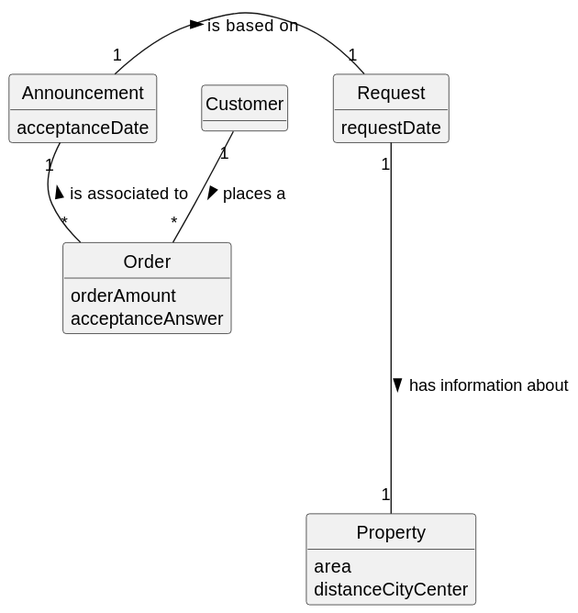
Above: docs/sprintC/us010/02.analysis/svg/us010-domain-model.svg in rita-barbosa/LAPR2-2223 (PlantUML), before the change.
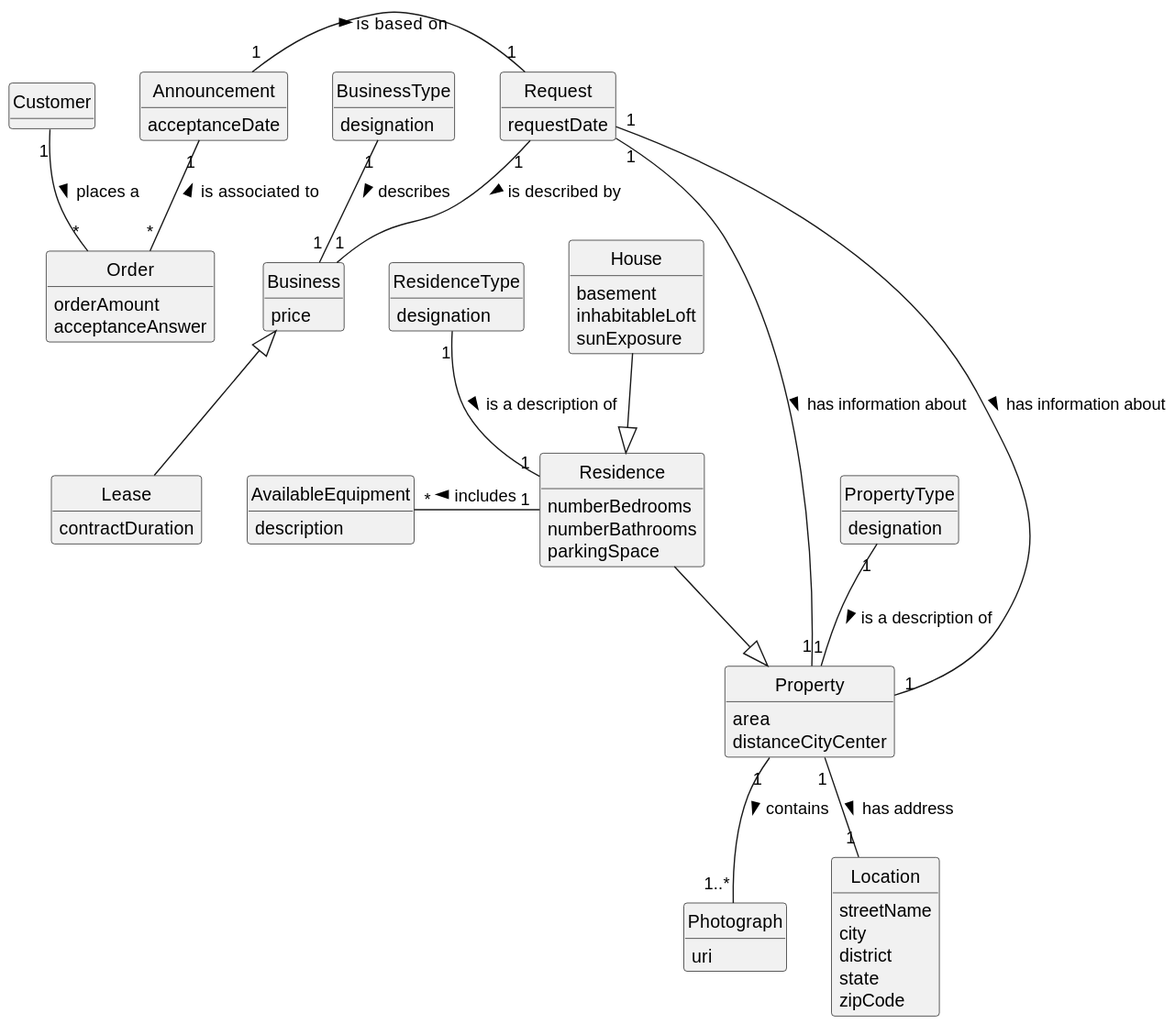
After the commit.

The edit, as a diff of the source:
```diff
@@ -32,9 +32,73 @@
 requestDate
 }
 
+class Residence{
+numberBedrooms
+numberBathrooms
+parkingSpace
+}
+
+class AvailableEquipment{
+description
+}
+
+class House{
+ basement
+ inhabitableLoft
+ sunExposure
+}
+
+class PropertyType{
+designation
+}
+
+class ResidenceType{
+designation
+}
+
+class Photograph{
+uri
+}
+
+class Location{
+streetName
+city
+district
+state
+zipCode
+}
+
+class Business{
+price
+}
+
+class BusinessType{
+designation
+}
+
+class Lease{
+contractDuration
+}
+
+
+
+
 
 Customer "1" -- "*" Order : places a >
 Order "*" -up- "1" Announcement : is associated to >
 Announcement "1" - "1" Request : is  based on >
 Property "1" -up--- "1" Request : < has information about
+Residence  --|>  Property
+House --|> Residence
+PropertyType "1" -- "1" Property: is a description of >
+ResidenceType "1" -- "1" Residence: is a description of >
+Property "1" -- "1..*" Photograph: contains >
+Property "1"--"1" Location: has address >
+Residence "1" -left "*"AvailableEquipment: includes >
+Property "1" -up- "1" Request : < has information about
+Request "1" -- "1" Business: is described by >
+Business <|-- Lease
+BusinessType "1" -- "1" Business : describes >
+
+
 @enduml
```
